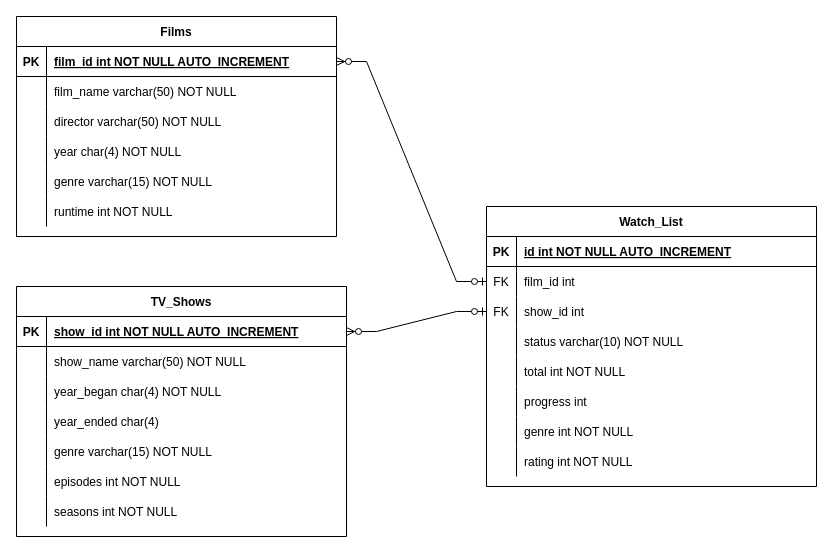
The draw.io diagram Documents/Film TV Tracker ER diagram ver 1.drawio in Tasdiq-Dewan/Film-TV-Tracker-Project, before the edit. Source tidied: cells renumbered, new cells numbered last; positions are measured from the earlier drawing's top-left corner, leaving out a move shared by most shapes. Both pictures are drawn from the tidied source at 100%, with x=0, y=0 at pixel (16, 16).
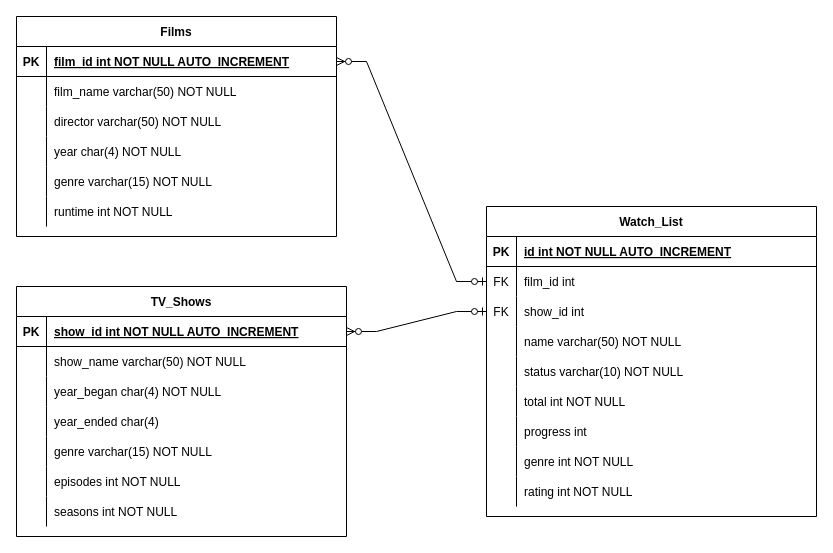
The same page after the edit.

Commit message (it also covers changes not shown here):
working on UML class diagram, Finshed classes related to Film and TVShow entities

What changed in the source:
```diff
@@
     <mxCell id="43" value="Watch_List" style="shape=table;startSize=30;childLayout=tableLayout;rowLines=0;fontStyle=1;align=center;" parent="1" vertex="1">
-      <mxGeometry x="470" y="190" width="330" height="280" as="geometry" />
+      <mxGeometry x="470" y="190" width="330" height="310" as="geometry" />
     </mxCell>
@@
+    <mxCell id="70" style="shape=tableRow;horizontal=0;startSize=0;swimlaneHead=0;swimlaneBody=0;fillColor=none;top=0;left=0;right=0;bottom=0;" parent="43" vertex="1">
+      <mxGeometry y="120" width="330" height="30" as="geometry" />
+    </mxCell>
+    <mxCell id="71" style="shape=partialRectangle;fillColor=none;top=0;left=0;bottom=0;right=0;overflow=hidden;" parent="70" vertex="1">
+      <mxGeometry width="30" height="30" as="geometry" />
+    </mxCell>
+    <mxCell id="72" value="name varchar(50) NOT NULL" style="shape=partialRectangle;fillColor=none;top=0;left=0;bottom=0;right=0;align=left;spacingLeft=6;overflow=hidden;" parent="70" vertex="1">
+      <mxGeometry x="30" width="300" height="30" as="geometry" />
+    </mxCell>
     <mxCell id="53" style="shape=tableRow;horizontal=0;startSize=0;swimlaneHead=0;swimlaneBody=0;fillColor=none;top=0;left=0;right=0;bottom=0;" parent="43" vertex="1">
-      <mxGeometry y="120" width="330" height="30" as="geometry" />
+      <mxGeometry y="150" width="330" height="30" as="geometry" />
     </mxCell>
@@
     <mxCell id="56" style="shape=tableRow;horizontal=0;startSize=0;swimlaneHead=0;swimlaneBody=0;fillColor=none;top=0;left=0;right=0;bottom=0;" parent="43" vertex="1">
-      <mxGeometry y="150" width="330" height="30" as="geometry" />
+      <mxGeometry y="180" width="330" height="30" as="geometry" />
     </mxCell>
@@
     <mxCell id="59" style="shape=tableRow;horizontal=0;startSize=0;swimlaneHead=0;swimlaneBody=0;fillColor=none;top=0;left=0;right=0;bottom=0;" parent="43" vertex="1">
-      <mxGeometry y="180" width="330" height="30" as="geometry" />
+      <mxGeometry y="210" width="330" height="30" as="geometry" />
     </mxCell>
@@
     <mxCell id="62" style="shape=tableRow;horizontal=0;startSize=0;swimlaneHead=0;swimlaneBody=0;fillColor=none;top=0;left=0;right=0;bottom=0;" parent="43" vertex="1">
-      <mxGeometry y="210" width="330" height="30" as="geometry" />
+      <mxGeometry y="240" width="330" height="30" as="geometry" />
     </mxCell>
@@
     <mxCell id="65" style="shape=tableRow;horizontal=0;startSize=0;swimlaneHead=0;swimlaneBody=0;fillColor=none;top=0;left=0;right=0;bottom=0;" parent="43" vertex="1">
-      <mxGeometry y="240" width="330" height="30" as="geometry" />
+      <mxGeometry y="270" width="330" height="30" as="geometry" />
     </mxCell>
```
